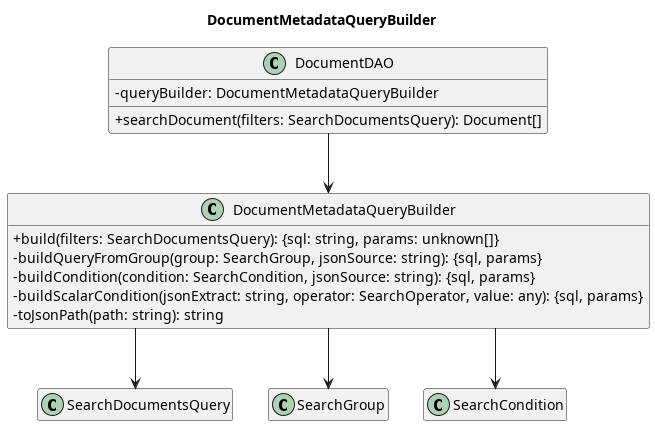
Before: out/3_PB/DocumentiEsterni/DiagrammiSpecificaTecnica/C4/C4_backend_Search/C4_backend_Search-9.png, a diagram exported from PlantUML (7-ZPUs/Docs).
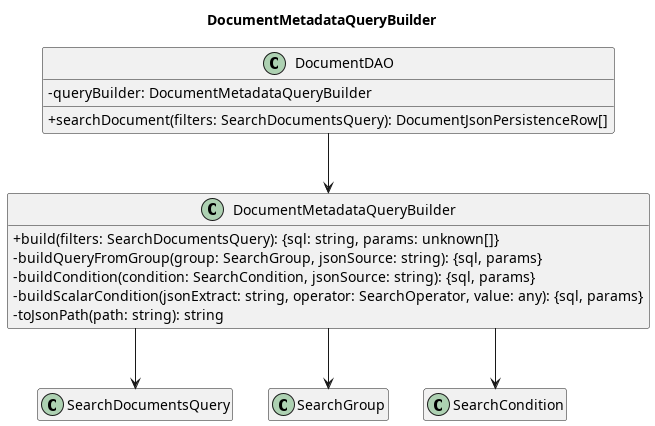
The same diagram one commit later.

Diff of the diagram source:
```diff
@@ -7,7 +7,7 @@
 
 class DocumentDAO {
     - queryBuilder: DocumentMetadataQueryBuilder
-    + searchDocument(filters: SearchDocumentsQuery): Document[]
+    + searchDocument(filters: SearchDocumentsQuery): DocumentJsonPersistenceRow[]
 }
 class DocumentMetadataQueryBuilder {
     + build(filters: SearchDocumentsQuery): {sql: string, params: unknown[]}
```
